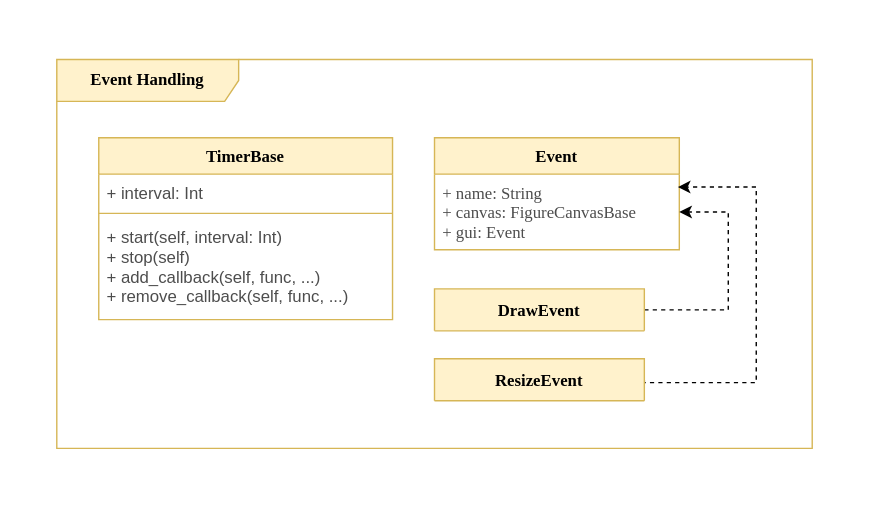
This is deliverable/1/img/UML_Backend_Layer_Event.svg from CSCD01/team_04-project, a draw.io export, as it was before one commit. Source tidied: cells renumbered, new cells last; positions are measured from the earlier drawing's top-left corner, leaving out a move shared by most shapes. Source of this version:
```xml
<mxGraphModel>
  <root>
    <mxCell id="0" />
    <mxCell id="1" parent="0" />
    <mxCell id="2" style="html=1;strokeColor=#FFFFFF;" parent="1" vertex="1">
      <mxGeometry width="630" height="370" as="geometry" />
    </mxCell>
    <mxCell id="3" value="&lt;font face=&quot;Tahoma&quot;&gt;&lt;b&gt;Event Handling&lt;/b&gt;&lt;/font&gt;" style="shape=umlFrame;whiteSpace=wrap;html=1;fillColor=#fff2cc;strokeColor=#d6b656;width=130;height=30;" parent="1" vertex="1">
      <mxGeometry x="40" y="42" width="540" height="278" as="geometry" />
    </mxCell>
    <mxCell id="4" value="Event" style="swimlane;fontStyle=1;horizontal=1;startSize=26;fillColor=#fff2cc;fontFamily=Tahoma;strokeColor=#d6b656;" parent="1" vertex="1">
      <mxGeometry x="310" y="98" width="175" height="80" as="geometry" />
    </mxCell>
    <mxCell id="5" value="+ name: String&#10;+ canvas: FigureCanvasBase&#10;+ gui: Event" style="text;strokeColor=none;fillColor=none;align=left;verticalAlign=top;spacingLeft=4;spacingRight=4;overflow=hidden;points=[[0,0.5],[1,0.5]];portConstraint=eastwest;fontFamily=Tahoma;fontColor=#4D4D4D;" parent="4" vertex="1">
      <mxGeometry y="26" width="175" height="54" as="geometry" />
    </mxCell>
    <mxCell id="6" value="TimerBase" style="swimlane;fontStyle=1;align=center;verticalAlign=middle;horizontal=1;startSize=26;fontFamily=Tahoma;fontColor=#000000;strokeColor=#d6b656;fillColor=#fff2cc;" parent="1" vertex="1">
      <mxGeometry x="70" y="98" width="210" height="130" as="geometry" />
    </mxCell>
    <mxCell id="7" value="+ interval: Int&#10;" style="text;strokeColor=none;fillColor=none;align=left;verticalAlign=top;spacingLeft=4;spacingRight=4;overflow=hidden;fontColor=#4D4D4D;" parent="6" vertex="1">
      <mxGeometry y="26" width="210" height="24" as="geometry" />
    </mxCell>
    <mxCell id="8" style="line;strokeWidth=1;fillColor=#fff2cc;align=left;verticalAlign=middle;spacingTop=-1;spacingLeft=3;spacingRight=3;labelPosition=right;strokeColor=#d6b656;" parent="6" vertex="1">
      <mxGeometry y="50" width="210" height="8" as="geometry" />
    </mxCell>
    <mxCell id="9" value="+ start(self, interval: Int)&#10;+ stop(self)&#10;+ add_callback(self, func, ...)&#10;+ remove_callback(self, func, ...)" style="text;strokeColor=none;fillColor=none;align=left;verticalAlign=top;spacingLeft=4;spacingRight=4;overflow=hidden;fontColor=#4D4D4D;" parent="6" vertex="1">
      <mxGeometry y="58" width="210" height="72" as="geometry" />
    </mxCell>
    <mxCell id="10" style="edgeStyle=orthogonalEdgeStyle;rounded=0;jettySize=auto;html=1;exitX=1;exitY=0.5;exitDx=0;exitDy=0;entryX=1;entryY=0.5;entryDx=0;entryDy=0;dashed=1;" parent="1" edge="1" source="11" target="5">
      <mxGeometry relative="1" as="geometry">
        <Array as="points">
          <mxPoint x="520" y="221" />
          <mxPoint x="520" y="151" />
        </Array>
      </mxGeometry>
    </mxCell>
    <mxCell id="11" value="DrawEvent" style="swimlane;fontStyle=1;horizontal=1;startSize=30;fillColor=#fff2cc;fontFamily=Tahoma;strokeColor=#d6b656;" parent="1" vertex="1">
      <mxGeometry x="310" y="206" width="150" height="30" as="geometry" />
    </mxCell>
    <mxCell id="12" style="edgeStyle=orthogonalEdgeStyle;rounded=0;jettySize=auto;html=1;exitX=1;exitY=0.5;exitDx=0;exitDy=0;entryX=0.994;entryY=0.171;entryDx=0;entryDy=0;entryPerimeter=0;dashed=1;" parent="1" edge="1" source="13" target="5">
      <mxGeometry relative="1" as="geometry">
        <Array as="points">
          <mxPoint x="460" y="273" />
          <mxPoint x="540" y="273" />
          <mxPoint x="540" y="133" />
        </Array>
      </mxGeometry>
    </mxCell>
    <mxCell id="13" value="ResizeEvent" style="swimlane;fontStyle=1;horizontal=1;startSize=30;fillColor=#fff2cc;fontFamily=Tahoma;strokeColor=#d6b656;" parent="1" vertex="1">
      <mxGeometry x="310" y="256" width="150" height="30" as="geometry" />
    </mxCell>
  </root>
</mxGraphModel>
```
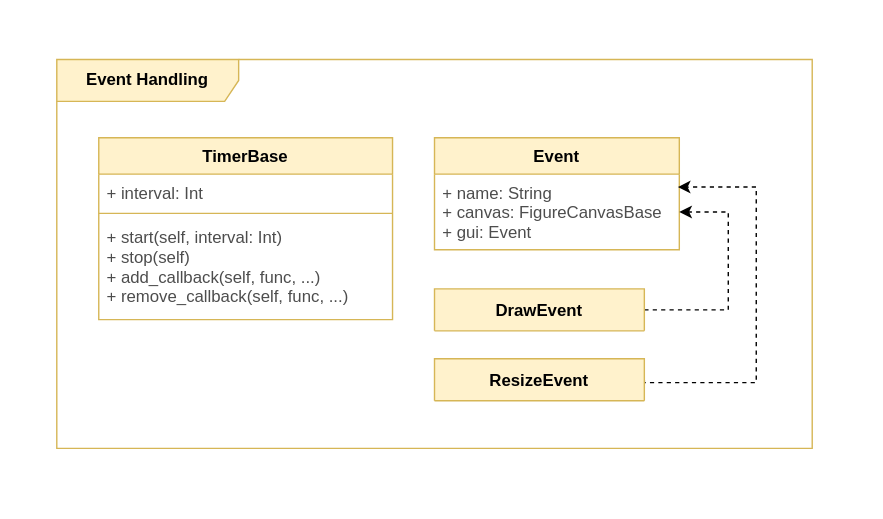
The same file after the commit.

What changed in the source:
```diff
@@ -2,31 +2,31 @@
   <root>
     <mxCell id="0" />
     <mxCell id="1" parent="0" />
-    <mxCell id="2" style="html=1;strokeColor=#FFFFFF;" parent="1" vertex="1">
+    <mxCell id="2" style="html=1;strokeColor=#FFFFFF;fontFamily=Helvetica;" parent="1" vertex="1">
       <mxGeometry width="630" height="370" as="geometry" />
     </mxCell>
-    <mxCell id="3" value="&lt;font face=&quot;Tahoma&quot;&gt;&lt;b&gt;Event Handling&lt;/b&gt;&lt;/font&gt;" style="shape=umlFrame;whiteSpace=wrap;html=1;fillColor=#fff2cc;strokeColor=#d6b656;width=130;height=30;" parent="1" vertex="1">
+    <mxCell id="3" value="&lt;font&gt;&lt;b&gt;Event Handling&lt;/b&gt;&lt;/font&gt;" style="shape=umlFrame;whiteSpace=wrap;html=1;fillColor=#fff2cc;strokeColor=#d6b656;width=130;height=30;fontFamily=Helvetica;" parent="1" vertex="1">
       <mxGeometry x="40" y="42" width="540" height="278" as="geometry" />
     </mxCell>
-    <mxCell id="4" value="Event" style="swimlane;fontStyle=1;horizontal=1;startSize=26;fillColor=#fff2cc;fontFamily=Tahoma;strokeColor=#d6b656;" parent="1" vertex="1">
+    <mxCell id="4" value="Event" style="swimlane;fontStyle=1;horizontal=1;startSize=26;fillColor=#fff2cc;fontFamily=Helvetica;strokeColor=#d6b656;" parent="1" vertex="1">
       <mxGeometry x="310" y="98" width="175" height="80" as="geometry" />
     </mxCell>
-    <mxCell id="5" value="+ name: String&#10;+ canvas: FigureCanvasBase&#10;+ gui: Event" style="text;strokeColor=none;fillColor=none;align=left;verticalAlign=top;spacingLeft=4;spacingRight=4;overflow=hidden;points=[[0,0.5],[1,0.5]];portConstraint=eastwest;fontFamily=Tahoma;fontColor=#4D4D4D;" parent="4" vertex="1">
+    <mxCell id="5" value="+ name: String&#10;+ canvas: FigureCanvasBase&#10;+ gui: Event" style="text;strokeColor=none;fillColor=none;align=left;verticalAlign=top;spacingLeft=4;spacingRight=4;overflow=hidden;points=[[0,0.5],[1,0.5]];portConstraint=eastwest;fontFamily=Helvetica;fontColor=#4D4D4D;" parent="4" vertex="1">
       <mxGeometry y="26" width="175" height="54" as="geometry" />
     </mxCell>
-    <mxCell id="6" value="TimerBase" style="swimlane;fontStyle=1;align=center;verticalAlign=middle;horizontal=1;startSize=26;fontFamily=Tahoma;fontColor=#000000;strokeColor=#d6b656;fillColor=#fff2cc;" parent="1" vertex="1">
+    <mxCell id="6" value="TimerBase" style="swimlane;fontStyle=1;align=center;verticalAlign=middle;horizontal=1;startSize=26;fontFamily=Helvetica;fontColor=#000000;strokeColor=#d6b656;fillColor=#fff2cc;" parent="1" vertex="1">
       <mxGeometry x="70" y="98" width="210" height="130" as="geometry" />
     </mxCell>
-    <mxCell id="7" value="+ interval: Int&#10;" style="text;strokeColor=none;fillColor=none;align=left;verticalAlign=top;spacingLeft=4;spacingRight=4;overflow=hidden;fontColor=#4D4D4D;" parent="6" vertex="1">
+    <mxCell id="7" value="+ interval: Int&#10;" style="text;strokeColor=none;fillColor=none;align=left;verticalAlign=top;spacingLeft=4;spacingRight=4;overflow=hidden;fontColor=#4D4D4D;fontFamily=Helvetica;" parent="6" vertex="1">
       <mxGeometry y="26" width="210" height="24" as="geometry" />
     </mxCell>
-    <mxCell id="8" style="line;strokeWidth=1;fillColor=#fff2cc;align=left;verticalAlign=middle;spacingTop=-1;spacingLeft=3;spacingRight=3;labelPosition=right;strokeColor=#d6b656;" parent="6" vertex="1">
+    <mxCell id="8" style="line;strokeWidth=1;fillColor=#fff2cc;align=left;verticalAlign=middle;spacingTop=-1;spacingLeft=3;spacingRight=3;labelPosition=right;strokeColor=#d6b656;fontFamily=Helvetica;" parent="6" vertex="1">
       <mxGeometry y="50" width="210" height="8" as="geometry" />
     </mxCell>
-    <mxCell id="9" value="+ start(self, interval: Int)&#10;+ stop(self)&#10;+ add_callback(self, func, ...)&#10;+ remove_callback(self, func, ...)" style="text;strokeColor=none;fillColor=none;align=left;verticalAlign=top;spacingLeft=4;spacingRight=4;overflow=hidden;fontColor=#4D4D4D;" parent="6" vertex="1">
+    <mxCell id="9" value="+ start(self, interval: Int)&#10;+ stop(self)&#10;+ add_callback(self, func, ...)&#10;+ remove_callback(self, func, ...)" style="text;strokeColor=none;fillColor=none;align=left;verticalAlign=top;spacingLeft=4;spacingRight=4;overflow=hidden;fontColor=#4D4D4D;fontFamily=Helvetica;" parent="6" vertex="1">
       <mxGeometry y="58" width="210" height="72" as="geometry" />
     </mxCell>
-    <mxCell id="10" style="edgeStyle=orthogonalEdgeStyle;rounded=0;jettySize=auto;html=1;exitX=1;exitY=0.5;exitDx=0;exitDy=0;entryX=1;entryY=0.5;entryDx=0;entryDy=0;dashed=1;" parent="1" edge="1" source="11" target="5">
+    <mxCell id="10" style="edgeStyle=orthogonalEdgeStyle;rounded=0;jettySize=auto;html=1;exitX=1;exitY=0.5;exitDx=0;exitDy=0;entryX=1;entryY=0.5;entryDx=0;entryDy=0;dashed=1;fontFamily=Helvetica;" parent="1" edge="1" source="11" target="5">
       <mxGeometry relative="1" as="geometry">
         <Array as="points">
           <mxPoint x="520" y="221" />
@@ -34,10 +34,10 @@
         </Array>
       </mxGeometry>
     </mxCell>
-    <mxCell id="11" value="DrawEvent" style="swimlane;fontStyle=1;horizontal=1;startSize=30;fillColor=#fff2cc;fontFamily=Tahoma;strokeColor=#d6b656;" parent="1" vertex="1">
+    <mxCell id="11" value="DrawEvent" style="swimlane;fontStyle=1;horizontal=1;startSize=30;fillColor=#fff2cc;fontFamily=Helvetica;strokeColor=#d6b656;" parent="1" vertex="1">
       <mxGeometry x="310" y="206" width="150" height="30" as="geometry" />
     </mxCell>
-    <mxCell id="12" style="edgeStyle=orthogonalEdgeStyle;rounded=0;jettySize=auto;html=1;exitX=1;exitY=0.5;exitDx=0;exitDy=0;entryX=0.994;entryY=0.171;entryDx=0;entryDy=0;entryPerimeter=0;dashed=1;" parent="1" edge="1" source="13" target="5">
+    <mxCell id="12" style="edgeStyle=orthogonalEdgeStyle;rounded=0;jettySize=auto;html=1;exitX=1;exitY=0.5;exitDx=0;exitDy=0;entryX=0.994;entryY=0.171;entryDx=0;entryDy=0;entryPerimeter=0;dashed=1;fontFamily=Helvetica;" parent="1" edge="1" source="13" target="5">
       <mxGeometry relative="1" as="geometry">
         <Array as="points">
           <mxPoint x="460" y="273" />
@@ -46,7 +46,7 @@
         </Array>
       </mxGeometry>
     </mxCell>
-    <mxCell id="13" value="ResizeEvent" style="swimlane;fontStyle=1;horizontal=1;startSize=30;fillColor=#fff2cc;fontFamily=Tahoma;strokeColor=#d6b656;" parent="1" vertex="1">
+    <mxCell id="13" value="ResizeEvent" style="swimlane;fontStyle=1;horizontal=1;startSize=30;fillColor=#fff2cc;fontFamily=Helvetica;strokeColor=#d6b656;" parent="1" vertex="1">
       <mxGeometry x="310" y="256" width="150" height="30" as="geometry" />
     </mxCell>
   </root>
```
